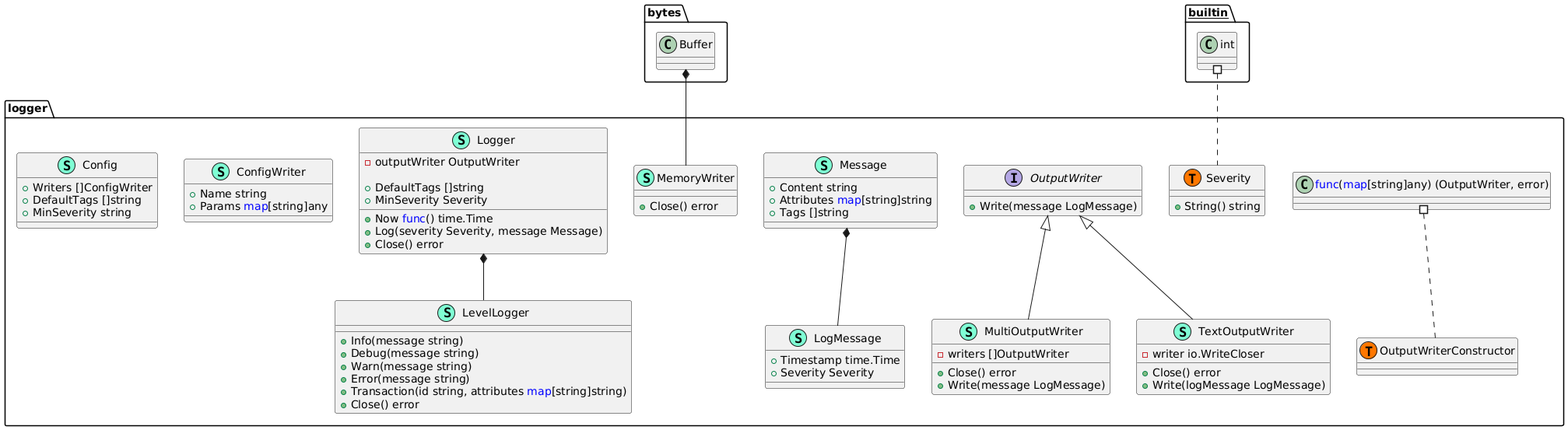
Above: docs/class_diagram.png in vcsfrl/p-logger (PlantUML), before the change.
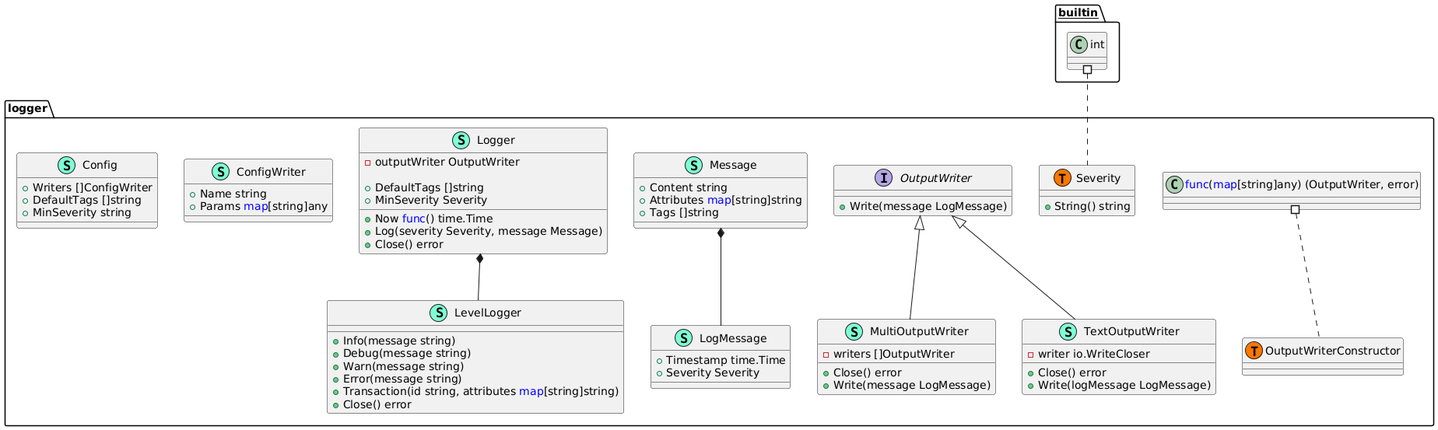
Later version of the same file.

The edit, as a diff of the source:
```diff
@@ -36,10 +36,6 @@
         + Close() error
 
     }
-    class MemoryWriter << (S,Aquamarine) >> {
-        + Close() error
-
-    }
     class Message << (S,Aquamarine) >> {
         + Content string
         + Attributes <font color=blue>map</font>[string]string
@@ -75,7 +71,6 @@
 }
 "logger.Logger" *-- "logger.LevelLogger"
 "logger.Message" *-- "logger.LogMessage"
-"bytes.Buffer" *-- "logger.MemoryWriter"
 
 "logger.OutputWriter" <|-- "logger.MultiOutputWriter"
 "logger.OutputWriter" <|-- "logger.TextOutputWriter"
```
